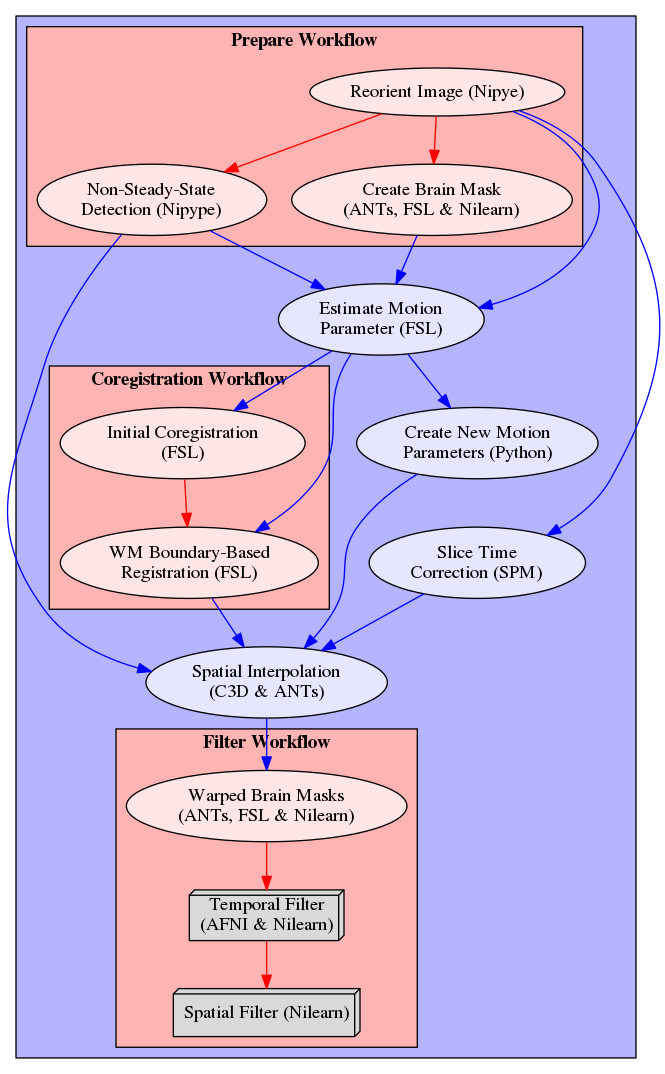
The Graphviz diagram static/preproc_func.png in miykael/fmriflows, before a commit. Its source is kept beside it as static/preproc_func.dot.
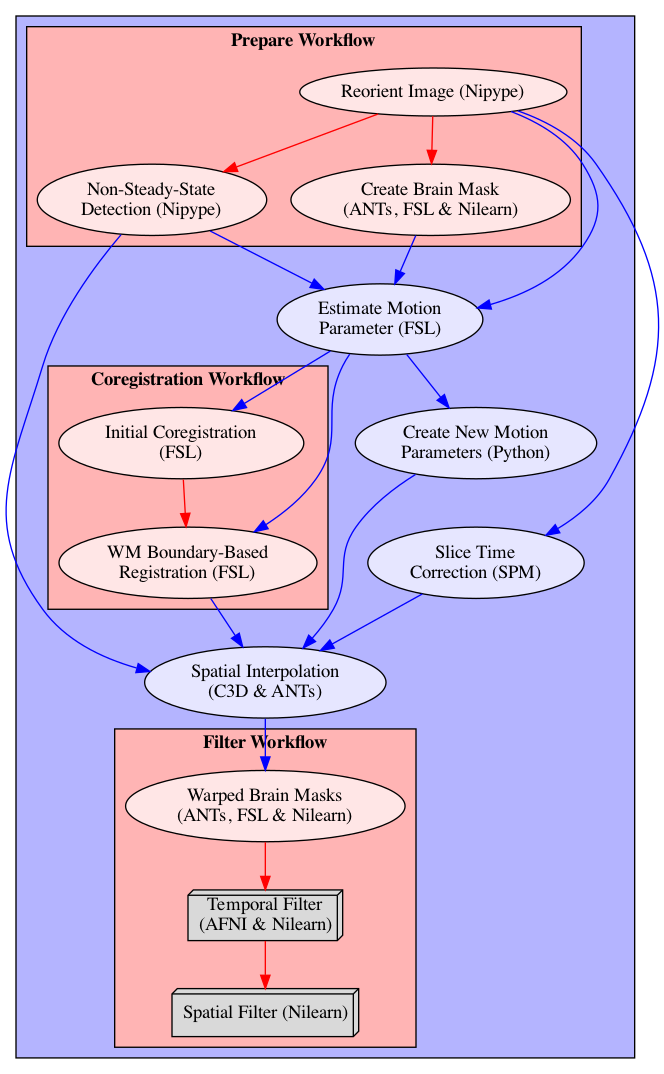
The same file after the commit.

The edit, as a diff of the source:
```diff
@@ -12,7 +12,7 @@
             style=filled;
             fillcolor="#FFB4B4";
             label=<<B>Prepare Workflow</B>>;
-            prepareflow_reorient[label="Reorient Image (Nipye)", style=filled, fillcolor="#FFE6E6"];
+            prepareflow_reorient[label="Reorient Image (Nipype)", style=filled, fillcolor="#FFE6E6"];
             prepareflow_nss_detection[label="Non-Steady-State\nDetection (Nipype)", style=filled, fillcolor="#FFE6E6"];
             prepareflow_brain_extraction[label="Create Brain Mask\n(ANTs, FSL & Nilearn)", style=filled, fillcolor="#FFE6E6"];
             prepareflow_reorient -> prepareflow_nss_detection;
```
